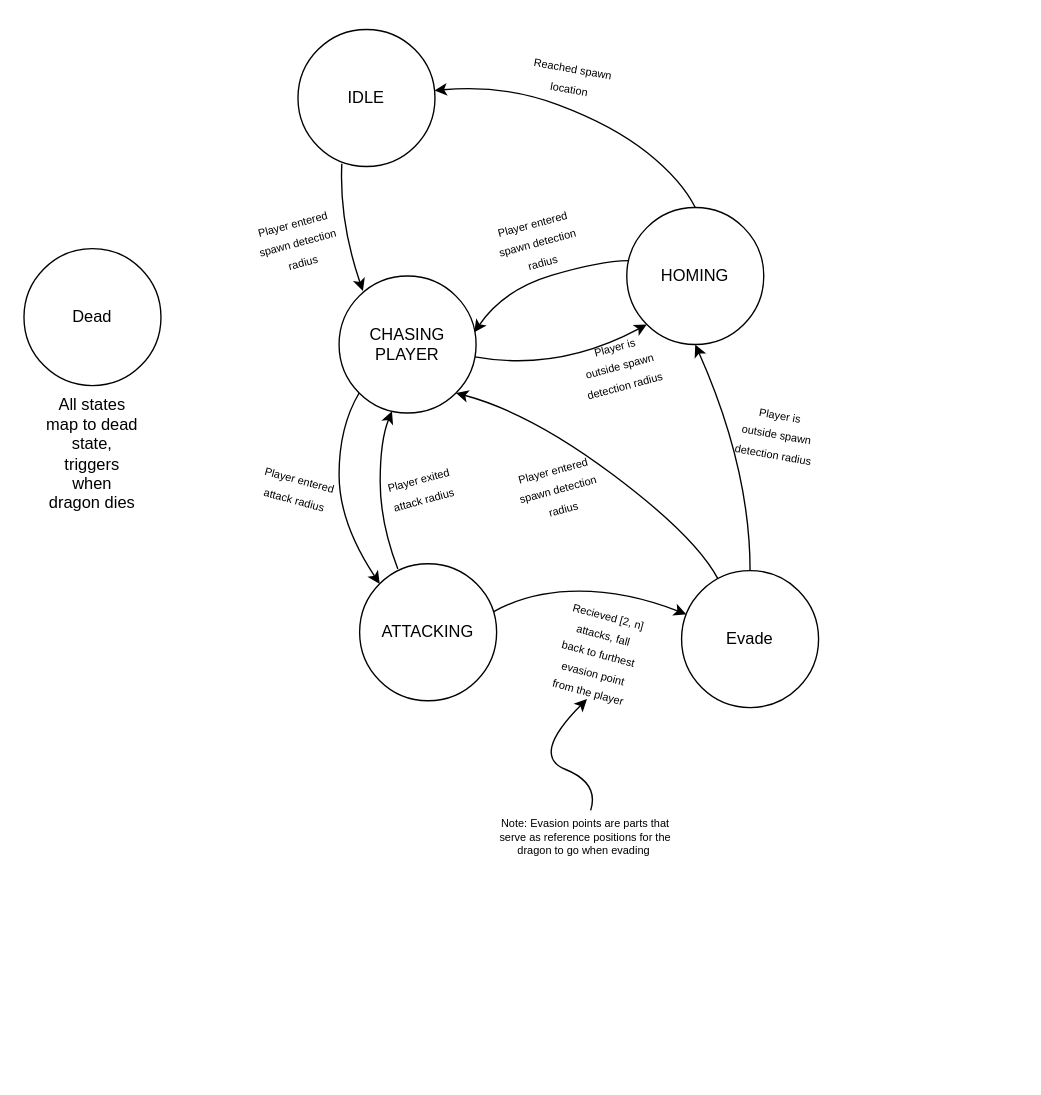
Above: Docs/DragonMob.drawio in CluelessD3v/voldexGame (draw.io), before the change. Source tidied: cells renumbered, new cells numbered last; positions are measured from the earlier drawing's top-left corner, leaving out a move shared by most shapes. Both pictures are drawn from the tidied source at 137%, with x=0, y=0 at pixel (23, 29).
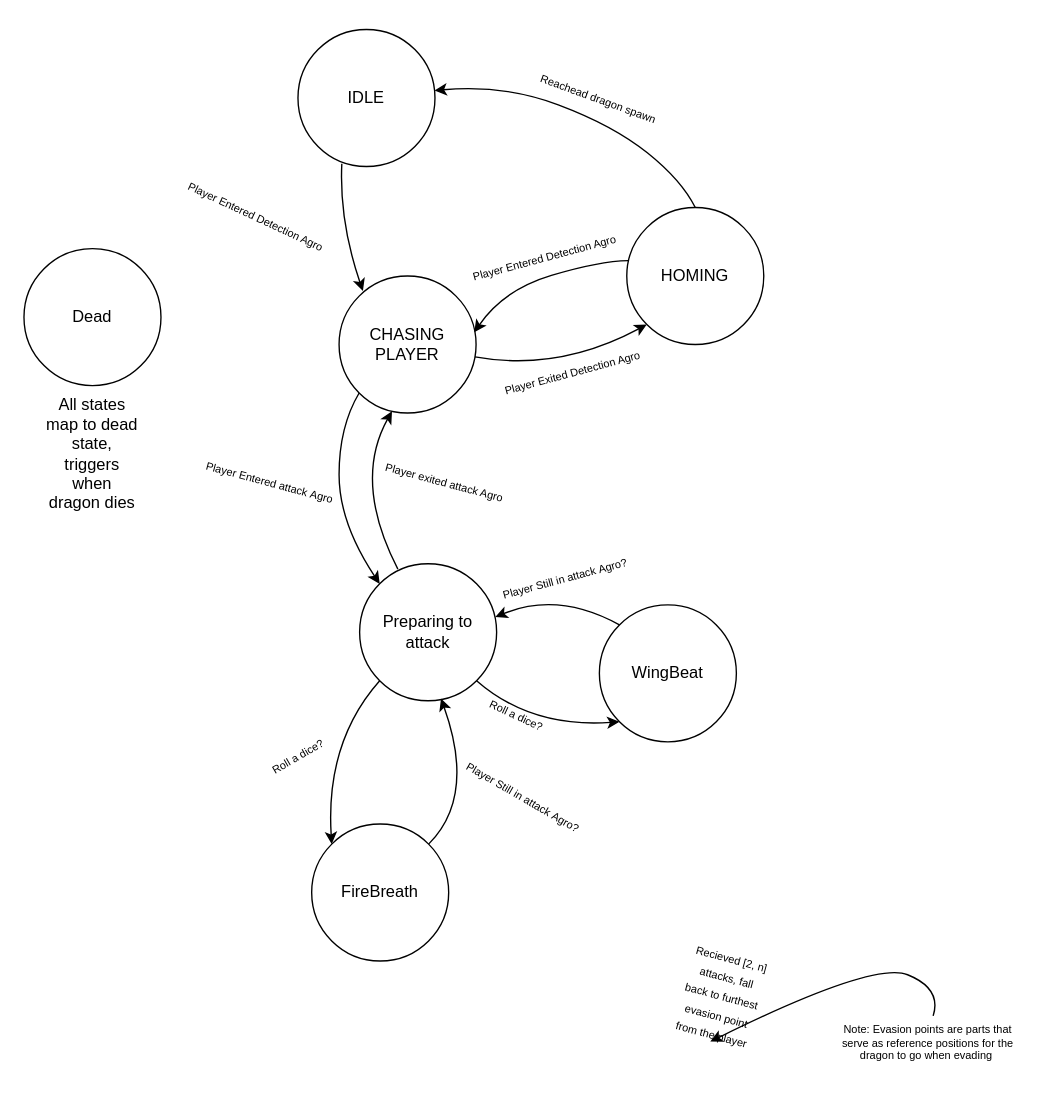
After the change.

Commit message (it also covers changes not shown here):
Modify Dragon mob state machine

Unchanged cells that the change refers to:
```xml
<mxCell id="4" value="HOMING" style="ellipse;whiteSpace=wrap;html=1;" parent="1" vertex="1">
  <mxGeometry x="440" y="130" width="100" height="100" as="geometry" />
</mxCell>
<mxCell id="5" value="CHASING PLAYER" style="ellipse;whiteSpace=wrap;html=1;" parent="1" vertex="1">
  <mxGeometry x="230" y="180" width="100" height="100" as="geometry" />
</mxCell>
```

What changed in the source:
```diff
@@
-    <mxCell id="6" value="ATTACKING" style="ellipse;whiteSpace=wrap;html=1;" parent="1" vertex="1">
+    <mxCell id="6" value="Preparing to attack" style="ellipse;whiteSpace=wrap;html=1;" parent="1" vertex="1">
       <mxGeometry x="245" y="390" width="100" height="100" as="geometry" />
     </mxCell>
-    <mxCell id="7" value="Evade" style="ellipse;whiteSpace=wrap;html=1;" parent="1" vertex="1">
-      <mxGeometry x="480" y="395" width="100" height="100" as="geometry" />
-    </mxCell>
@@
     <mxCell id="11" style="curved=1;endArrow=classic;html=1;rounded=0;endSize=6;strokeWidth=1;entryX=0.386;entryY=0.987;entryDx=0;entryDy=0;entryPerimeter=0;exitX=0.279;exitY=0.039;exitDx=0;exitDy=0;exitPerimeter=0;" parent="1" edge="1" source="6" target="5">
       <mxGeometry relative="1" as="geometry">
         <Array as="points">
-          <mxPoint x="260" y="360" />
-          <mxPoint x="260" y="300" />
+          <mxPoint x="240" y="330" />
         </Array>
       </mxGeometry>
     </mxCell>
-    <mxCell id="12" style="curved=1;endArrow=classic;html=1;rounded=0;endSize=6;strokeWidth=1;exitX=0.979;exitY=0.349;exitDx=0;exitDy=0;exitPerimeter=0;" parent="1" edge="1" source="6" target="7">
-      <mxGeometry relative="1" as="geometry">
-        <Array as="points">
-          <mxPoint x="370" y="410" />
-          <mxPoint x="440" y="410" />
-        </Array>
-      </mxGeometry>
-    </mxCell>
-    <mxCell id="13" style="curved=1;endArrow=classic;html=1;rounded=0;endSize=6;strokeWidth=1;exitX=0.5;exitY=0;exitDx=0;exitDy=0;entryX=0.5;entryY=1;entryDx=0;entryDy=0;" parent="1" edge="1" source="7" target="4">
-      <mxGeometry relative="1" as="geometry">
-        <Array as="points">
-          <mxPoint x="530" y="320" />
-        </Array>
-      </mxGeometry>
-    </mxCell>
-    <mxCell id="14" style="curved=1;endArrow=classic;html=1;rounded=0;endSize=6;strokeWidth=1;entryX=1;entryY=1;entryDx=0;entryDy=0;" parent="1" edge="1" source="7" target="5">
-      <mxGeometry relative="1" as="geometry">
-        <Array as="points">
-          <mxPoint x="490" y="370" />
-          <mxPoint x="370" y="280" />
-        </Array>
-      </mxGeometry>
-    </mxCell>
@@
     <mxCell id="16" value="&lt;font style=&quot;font-size: 8px&quot;&gt;Recieved [2, n] attacks, fall back to furthest evasion point from the player&lt;br&gt;&lt;/font&gt;" style="text;html=1;strokeColor=none;fillColor=none;align=center;verticalAlign=middle;whiteSpace=wrap;rounded=0;rotation=15;" parent="1" vertex="1">
-      <mxGeometry x="390" y="420" width="60" height="70" as="geometry" />
+      <mxGeometry x="480" y="670" width="60" height="70" as="geometry" />
     </mxCell>
     <mxCell id="17" value="Note: Evasion points are parts that serve as reference positions for the dragon to go when evading&amp;nbsp;" style="text;html=1;strokeColor=none;fillColor=none;align=center;verticalAlign=middle;whiteSpace=wrap;rounded=0;fontSize=8;" parent="1" vertex="1">
-      <mxGeometry x="345" y="570" width="130" height="40" as="geometry" />
+      <mxGeometry x="595" y="720" width="130" height="40" as="geometry" />
     </mxCell>
-    <mxCell id="18" value="&lt;font style=&quot;font-size: 8px&quot;&gt;Player is outside spawn detection radius&lt;br&gt;&lt;/font&gt;" style="text;html=1;strokeColor=none;fillColor=none;align=center;verticalAlign=middle;whiteSpace=wrap;rounded=0;rotation=10;" parent="1" vertex="1">
-      <mxGeometry x="520" y="260" width="60" height="70" as="geometry" />
-    </mxCell>
-    <mxCell id="19" value="&lt;font style=&quot;font-size: 8px&quot;&gt;Player entered spawn detection radius&lt;br&gt;&lt;/font&gt;" style="text;html=1;strokeColor=none;fillColor=none;align=center;verticalAlign=middle;whiteSpace=wrap;rounded=0;rotation=-15;" parent="1" vertex="1">
-      <mxGeometry x="345" y="120" width="60" height="70" as="geometry" />
-    </mxCell>
-    <mxCell id="20" value="&lt;font style=&quot;font-size: 8px&quot;&gt;Player is outside spawn detection radius&lt;br&gt;&lt;/font&gt;" style="text;html=1;strokeColor=none;fillColor=none;align=center;verticalAlign=middle;whiteSpace=wrap;rounded=0;rotation=-15;" parent="1" vertex="1">
-      <mxGeometry x="405" y="210" width="60" height="70" as="geometry" />
+    <mxCell id="20" value="&lt;font style=&quot;font-size: 8px&quot;&gt;Player Exited Detection Agro&lt;br&gt;&lt;/font&gt;" style="text;html=1;strokeColor=none;fillColor=none;align=center;verticalAlign=middle;whiteSpace=wrap;rounded=0;rotation=-15;" parent="1" vertex="1">
+      <mxGeometry x="347.5" y="240" width="105" height="20" as="geometry" />
     </mxCell>
-    <mxCell id="21" value="&lt;font style=&quot;font-size: 8px&quot;&gt;Player entered spawn detection radius&lt;br&gt;&lt;/font&gt;" style="text;html=1;strokeColor=none;fillColor=none;align=center;verticalAlign=middle;whiteSpace=wrap;rounded=0;rotation=-15;" parent="1" vertex="1">
-      <mxGeometry x="360" y="300" width="60" height="70" as="geometry" />
-    </mxCell>
-    <mxCell id="22" value="&lt;font style=&quot;font-size: 8px&quot;&gt;Player exited attack radius&lt;br&gt;&lt;/font&gt;" style="text;html=1;strokeColor=none;fillColor=none;align=center;verticalAlign=middle;whiteSpace=wrap;rounded=0;rotation=-15;" parent="1" vertex="1">
-      <mxGeometry x="260" y="300" width="60" height="70" as="geometry" />
-    </mxCell>
@@
-    <mxCell id="24" value="&lt;font style=&quot;font-size: 8px&quot;&gt;Player entered attack radius&lt;br&gt;&lt;/font&gt;" style="text;html=1;strokeColor=none;fillColor=none;align=center;verticalAlign=middle;whiteSpace=wrap;rounded=0;rotation=15;" parent="1" vertex="1">
-      <mxGeometry x="170" y="300" width="60" height="70" as="geometry" />
-    </mxCell>
-    <mxCell id="25" value="&lt;font style=&quot;font-size: 8px&quot;&gt;Player entered spawn detection radius&lt;br&gt;&lt;/font&gt;" style="text;html=1;strokeColor=none;fillColor=none;align=center;verticalAlign=middle;whiteSpace=wrap;rounded=0;rotation=-15;" parent="1" vertex="1">
-      <mxGeometry x="170" y="120" width="60" height="70" as="geometry" />
-    </mxCell>
@@
-    <mxCell id="27" value="&lt;font style=&quot;font-size: 8px&quot;&gt;Reached spawn location&lt;br&gt;&lt;/font&gt;" style="text;html=1;strokeColor=none;fillColor=none;align=center;verticalAlign=middle;whiteSpace=wrap;rounded=0;rotation=10;" parent="1" vertex="1">
-      <mxGeometry x="370" width="60" height="70" as="geometry" />
+    <mxCell id="27" value="&lt;font style=&quot;font-size: 8px&quot;&gt;Reachead dragon spawn&lt;br&gt;&lt;/font&gt;" style="text;html=1;strokeColor=none;fillColor=none;align=center;verticalAlign=middle;whiteSpace=wrap;rounded=0;rotation=20;" parent="1" vertex="1">
+      <mxGeometry x="370" y="30" width="100" height="40" as="geometry" />
     </mxCell>
     <mxCell id="28" style="curved=1;endArrow=classic;html=1;rounded=0;entryX=0.5;entryY=1;entryDx=0;entryDy=0;exitX=0.528;exitY=0;exitDx=0;exitDy=0;exitPerimeter=0;" parent="1" edge="1" source="17" target="16">
       <mxGeometry relative="1" as="geometry">
         <Array as="points">
-          <mxPoint x="420" y="550" />
-          <mxPoint x="370" y="530" />
+          <mxPoint x="670" y="700" />
+          <mxPoint x="620" y="680" />
         </Array>
       </mxGeometry>
     </mxCell>
+    <mxCell id="29" value="WingBeat" style="ellipse;whiteSpace=wrap;html=1;" parent="1" vertex="1">
+      <mxGeometry x="420" y="420" width="100" height="100" as="geometry" />
+    </mxCell>
+    <mxCell id="30" value="&lt;font style=&quot;font-size: 8px&quot;&gt;Player Entered Detection Agro&lt;br&gt;&lt;/font&gt;" style="text;html=1;strokeColor=none;fillColor=none;align=center;verticalAlign=middle;whiteSpace=wrap;rounded=0;rotation=-15;" parent="1" vertex="1">
+      <mxGeometry x="319.7" y="160" width="120.3" height="11.9" as="geometry" />
+    </mxCell>
+    <mxCell id="31" value="&lt;font style=&quot;font-size: 8px&quot;&gt;Player Entered Detection Agro&lt;br&gt;&lt;/font&gt;" style="text;html=1;strokeColor=none;fillColor=none;align=center;verticalAlign=middle;whiteSpace=wrap;rounded=0;rotation=25;" parent="1" vertex="1">
+      <mxGeometry x="109.7" y="130" width="120.3" height="11.9" as="geometry" />
+    </mxCell>
+    <mxCell id="32" value="&lt;font style=&quot;font-size: 8px&quot;&gt;Player Entered attack&amp;nbsp;Agro&lt;br&gt;&lt;/font&gt;" style="text;html=1;strokeColor=none;fillColor=none;align=center;verticalAlign=middle;whiteSpace=wrap;rounded=0;rotation=15;" parent="1" vertex="1">
+      <mxGeometry x="114.7" y="320" width="130.3" height="20" as="geometry" />
+    </mxCell>
+    <mxCell id="33" value="&lt;font style=&quot;font-size: 8px&quot;&gt;Player exited attack Agro&lt;br&gt;&lt;/font&gt;" style="text;html=1;strokeColor=none;fillColor=none;align=center;verticalAlign=middle;whiteSpace=wrap;rounded=0;rotation=15;" parent="1" vertex="1">
+      <mxGeometry x="260" y="320" width="95" height="20" as="geometry" />
+    </mxCell>
+    <mxCell id="34" value="FireBreath" style="ellipse;whiteSpace=wrap;html=1;" parent="1" vertex="1">
+      <mxGeometry x="210" y="580" width="100" height="100" as="geometry" />
+    </mxCell>
+    <mxCell id="35" value="&lt;font style=&quot;font-size: 8px&quot;&gt;Player Still in attack&amp;nbsp;Agro?&lt;br&gt;&lt;/font&gt;" style="text;html=1;strokeColor=none;fillColor=none;align=center;verticalAlign=middle;whiteSpace=wrap;rounded=0;rotation=30;" parent="1" vertex="1">
+      <mxGeometry x="300" y="550" width="130.3" height="20" as="geometry" />
+    </mxCell>
+    <mxCell id="36" value="&lt;font style=&quot;font-size: 8px&quot;&gt;Player Still in attack&amp;nbsp;Agro?&lt;br&gt;&lt;/font&gt;" style="text;html=1;strokeColor=none;fillColor=none;align=center;verticalAlign=middle;whiteSpace=wrap;rounded=0;rotation=-15;" parent="1" vertex="1">
+      <mxGeometry x="330" y="390" width="130.3" height="20" as="geometry" />
+    </mxCell>
+    <mxCell id="37" style="curved=1;endArrow=classic;html=1;rounded=0;entryX=0.594;entryY=0.984;entryDx=0;entryDy=0;entryPerimeter=0;exitX=1;exitY=0;exitDx=0;exitDy=0;" parent="1" edge="1" source="34" target="6">
+      <mxGeometry relative="1" as="geometry">
+        <Array as="points">
+          <mxPoint x="330" y="560" />
+        </Array>
+      </mxGeometry>
+    </mxCell>
+    <mxCell id="38" style="curved=1;endArrow=classic;html=1;rounded=0;entryX=0;entryY=0;entryDx=0;entryDy=0;exitX=0;exitY=1;exitDx=0;exitDy=0;" parent="1" edge="1" source="6" target="34">
+      <mxGeometry relative="1" as="geometry">
+        <Array as="points">
+          <mxPoint x="220" y="520" />
+        </Array>
+      </mxGeometry>
+    </mxCell>
+    <mxCell id="39" value="&lt;font style=&quot;font-size: 8px&quot;&gt;Roll a dice?&lt;br&gt;&lt;/font&gt;" style="text;html=1;strokeColor=none;fillColor=none;align=center;verticalAlign=middle;whiteSpace=wrap;rounded=0;rotation=-30;" parent="1" vertex="1">
+      <mxGeometry x="169.7" y="530" width="60.3" as="geometry" />
+    </mxCell>
+    <mxCell id="40" style="curved=1;endArrow=classic;html=1;rounded=0;exitX=1;exitY=1;exitDx=0;exitDy=0;entryX=0;entryY=1;entryDx=0;entryDy=0;" parent="1" edge="1" source="6" target="29">
+      <mxGeometry relative="1" as="geometry">
+        <Array as="points">
+          <mxPoint x="370" y="510" />
+        </Array>
+      </mxGeometry>
+    </mxCell>
+    <mxCell id="41" style="curved=1;endArrow=classic;html=1;rounded=0;entryX=0.99;entryY=0.389;entryDx=0;entryDy=0;entryPerimeter=0;exitX=0;exitY=0;exitDx=0;exitDy=0;" parent="1" edge="1" source="29" target="6">
+      <mxGeometry relative="1" as="geometry">
+        <Array as="points">
+          <mxPoint x="390" y="410" />
+        </Array>
+      </mxGeometry>
+    </mxCell>
+    <mxCell id="42" value="&lt;font style=&quot;font-size: 8px&quot;&gt;Roll a dice?&lt;br&gt;&lt;/font&gt;" style="text;html=1;strokeColor=none;fillColor=none;align=center;verticalAlign=middle;whiteSpace=wrap;rounded=0;rotation=25;" parent="1" vertex="1">
+      <mxGeometry x="330" y="500" width="60.3" as="geometry" />
+    </mxCell>
```
